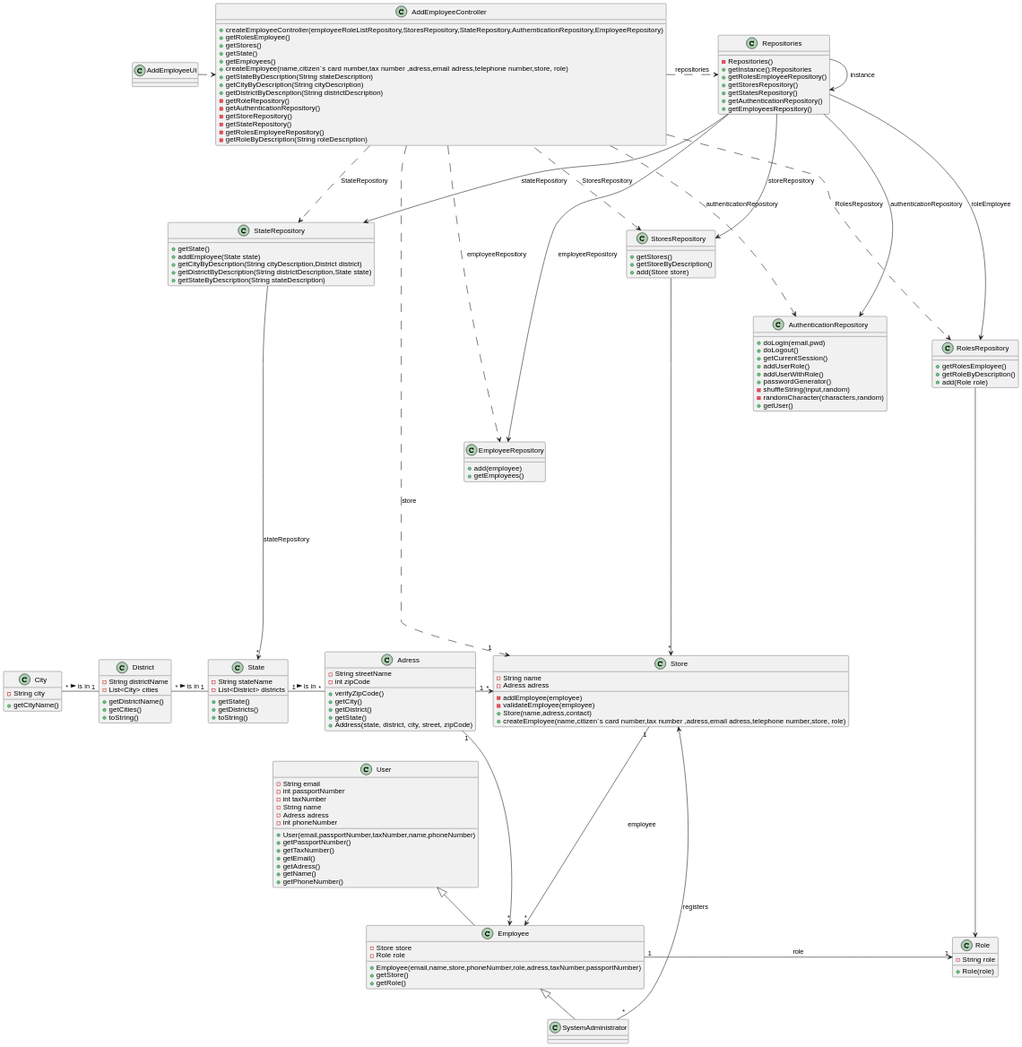
Earlier version of the PlantUML export docs/sprintB/US03/03.design/svg/us006-class-diagram.svg (PureNimble/ISEP-LAPR2).
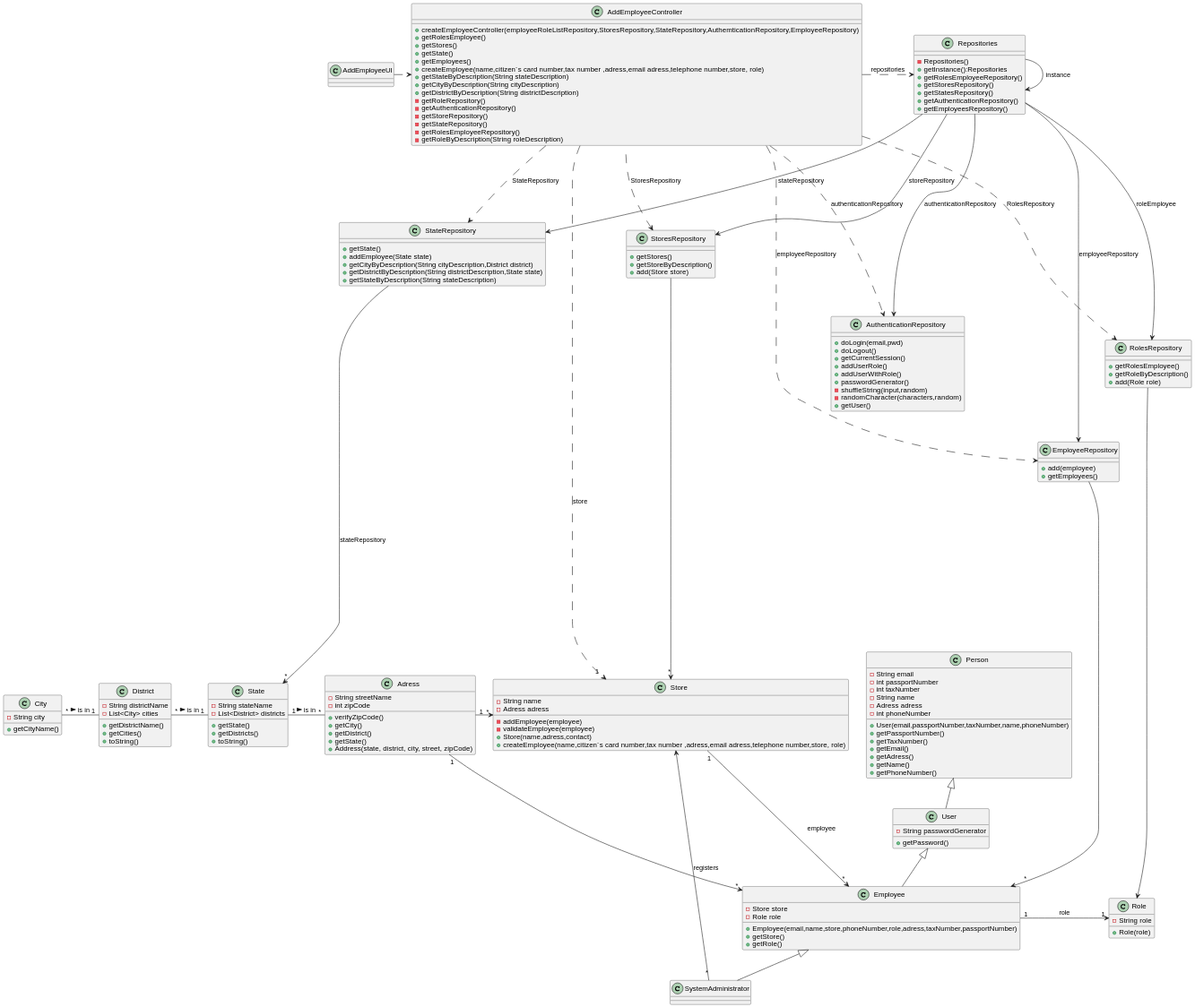
After the change.

Change to the diagram source:
```diff
@@ -5,6 +5,8 @@
 class Adress
 
 class AddEmployeeController
+
+class Person
 
 class Repositories
 
@@ -33,6 +35,25 @@
 class District
 
 class StateRepository
+
+
+class Person{
+- String email
+- int passportNumber
+- int taxNumber
+- String name
+- Adress adress
+- int phoneNumber
+
++User(email,passportNumber,taxNumber,name,phoneNumber)
++getPassportNumber()
++getTaxNumber()
++getEmail()
++getAdress()
++getName()
++getPhoneNumber()
+
+}
 
 class EmployeeRepository{
 +add(employee)
@@ -156,20 +177,9 @@
 }
 
 class User{
-- String email
-- int passportNumber
-- int taxNumber
-- String name
-- Adress adress
-- int phoneNumber
+-String passwordGenerator
 
-+User(email,passportNumber,taxNumber,name,phoneNumber)
-+getPassportNumber()
-+getTaxNumber()
-+getEmail()
-+getAdress()
-+getName()
-+getPhoneNumber()
++getPassword()
 }
 
 class Store{
@@ -233,8 +243,15 @@
 
 User <|-- Employee
 
+Person <|-- User
+
 
 Repositories -> StateRepository: stateRepository
 
 StateRepository --------> "*" State : stateRepository
+
+
+Store -[hidden]> Person
+
+EmployeeRepository --> "*" Employee
 @enduml
```
